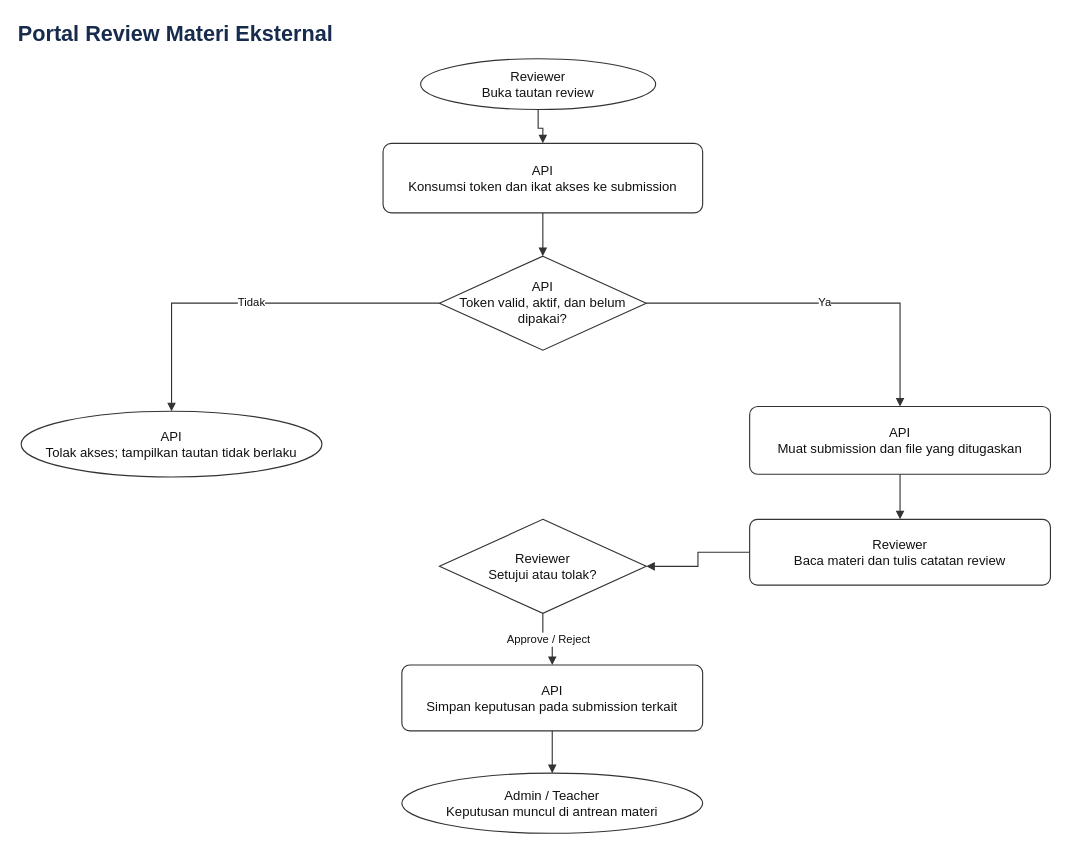
This is docs/diagrams/07-reviewer-portal.drawio from ammarmfirdaus-hue/DENSO-LMS, a draw.io file, before an edit. Source tidied: cells renumbered, new cells numbered last; positions are measured from the earlier drawing's top-left corner, leaving out a move shared by most shapes. Both pictures are drawn from the tidied source at 94%, with x=0, y=0 at pixel (16, 16).
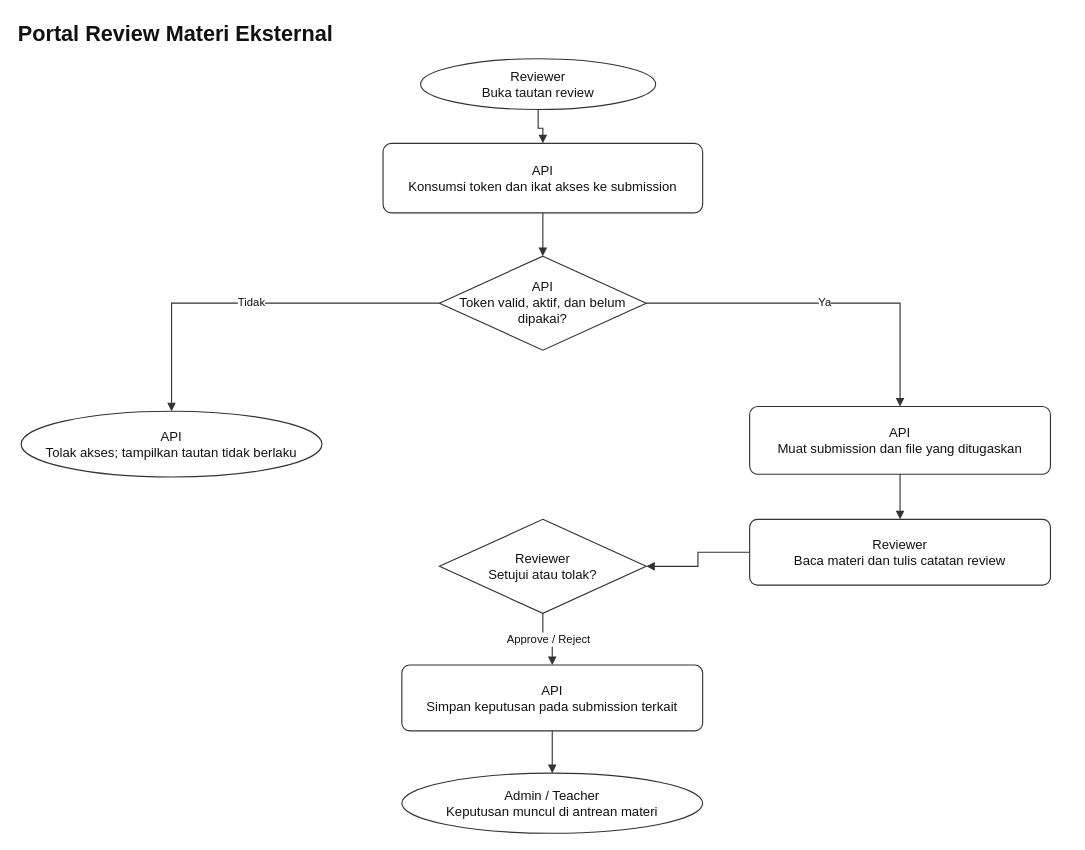
Above is the later version.

Diff of the diagram source:
```diff
@@
 <mxGraphModel>
   <root>
     <mxCell id="0" />
     <mxCell id="1" parent="0" />
-    <mxCell id="2" value="Portal Review Materi Eksternal" style="text;html=1;align=left;verticalAlign=middle;whiteSpace=wrap;rounded=0;strokeColor=none;fillColor=none;fontSize=23;fontStyle=1;fontColor=#172b4d;" parent="1" vertex="1">
+    <mxCell id="2" value="Portal Review Materi Eksternal" style="text;html=1;align=left;verticalAlign=middle;whiteSpace=wrap;rounded=0;strokeColor=none;fillColor=none;fontSize=23;fontStyle=1;fontColor=#111111;" parent="1" vertex="1">
       <mxGeometry width="1120" height="38" as="geometry" />
     </mxCell>
     <mxCell id="3" value="Reviewer&#10;Buka tautan review" style="shape=ellipse;whiteSpace=wrap;html=1;align=center;verticalAlign=middle;strokeColor=#333333;strokeWidth=1.2;fillColor=#ffffff;fontColor=#111111;fontSize=14;spacing=8;shadow=0;" parent="1" vertex="1">
       <mxGeometry x="430" y="45" width="250" height="54" as="geometry" />
     </mxCell>
     <mxCell id="4" value="API&#10;Konsumsi token dan ikat akses ke submission" style="rounded=1;arcSize=12;whiteSpace=wrap;html=1;align=center;verticalAlign=middle;strokeColor=#333333;strokeWidth=1.2;fillColor=#ffffff;fontColor=#111111;fontSize=14;spacing=8;shadow=0;" parent="1" vertex="1">
       <mxGeometry x="390" y="135" width="340" height="74" as="geometry" />
     </mxCell>
     <mxCell id="5" value="API&#10;Token valid, aktif, dan belum dipakai?" style="shape=rhombus;whiteSpace=wrap;html=1;align=center;verticalAlign=middle;strokeColor=#333333;strokeWidth=1.2;fillColor=#ffffff;fontColor=#111111;fontSize=14;spacing=8;shadow=0;" parent="1" vertex="1">
       <mxGeometry x="450" y="255" width="220" height="100" as="geometry" />
     </mxCell>
     <mxCell id="6" value="API&#10;Tolak akses; tampilkan tautan tidak berlaku" style="shape=ellipse;whiteSpace=wrap;html=1;align=center;verticalAlign=middle;strokeColor=#333333;strokeWidth=1.2;fillColor=#ffffff;fontColor=#111111;fontSize=14;spacing=8;shadow=0;" parent="1" vertex="1">
       <mxGeometry x="5" y="420" width="320" height="70" as="geometry" />
     </mxCell>
     <mxCell id="7" value="API&#10;Muat submission dan file yang ditugaskan" style="rounded=1;arcSize=12;whiteSpace=wrap;html=1;align=center;verticalAlign=middle;strokeColor=#333333;strokeWidth=1.2;fillColor=#ffffff;fontColor=#111111;fontSize=14;spacing=8;shadow=0;" parent="1" vertex="1">
       <mxGeometry x="780" y="415" width="320" height="72" as="geometry" />
     </mxCell>
     <mxCell id="8" value="Reviewer&#10;Baca materi dan tulis catatan review" style="rounded=1;arcSize=12;whiteSpace=wrap;html=1;align=center;verticalAlign=middle;strokeColor=#333333;strokeWidth=1.2;fillColor=#ffffff;fontColor=#111111;fontSize=14;spacing=8;shadow=0;" parent="1" vertex="1">
       <mxGeometry x="780" y="535" width="320" height="70" as="geometry" />
     </mxCell>
     <mxCell id="9" value="Reviewer&#10;Setujui atau tolak?" style="shape=rhombus;whiteSpace=wrap;html=1;align=center;verticalAlign=middle;strokeColor=#333333;strokeWidth=1.2;fillColor=#ffffff;fontColor=#111111;fontSize=14;spacing=8;shadow=0;" parent="1" vertex="1">
       <mxGeometry x="450" y="535" width="220" height="100" as="geometry" />
     </mxCell>
     <mxCell id="10" value="API&#10;Simpan keputusan pada submission terkait" style="rounded=1;arcSize=12;whiteSpace=wrap;html=1;align=center;verticalAlign=middle;strokeColor=#333333;strokeWidth=1.2;fillColor=#ffffff;fontColor=#111111;fontSize=14;spacing=8;shadow=0;" parent="1" vertex="1">
       <mxGeometry x="410" y="690" width="320" height="70" as="geometry" />
     </mxCell>
     <mxCell id="11" value="Admin / Teacher&#10;Keputusan muncul di antrean materi" style="shape=ellipse;whiteSpace=wrap;html=1;align=center;verticalAlign=middle;strokeColor=#333333;strokeWidth=1.2;fillColor=#ffffff;fontColor=#111111;fontSize=14;spacing=8;shadow=0;" parent="1" vertex="1">
       <mxGeometry x="410" y="805" width="320" height="64" as="geometry" />
     </mxCell>
     <mxCell id="12" style="edgeStyle=orthogonalEdgeStyle;rounded=0;jettySize=auto;html=1;strokeColor=#333333;strokeWidth=1.2;fontColor=#111111;fontSize=12;labelBackgroundColor=#ffffff;endArrow=block;endFill=1;" parent="1" edge="1" source="3" target="4">
       <mxGeometry relative="1" as="geometry" />
     </mxCell>
     <mxCell id="13" style="edgeStyle=orthogonalEdgeStyle;rounded=0;jettySize=auto;html=1;strokeColor=#333333;strokeWidth=1.2;fontColor=#111111;fontSize=12;labelBackgroundColor=#ffffff;endArrow=block;endFill=1;" parent="1" edge="1" source="4" target="5">
       <mxGeometry relative="1" as="geometry" />
     </mxCell>
     <mxCell id="14" value="Ya" style="edgeStyle=orthogonalEdgeStyle;rounded=0;jettySize=auto;html=1;strokeColor=#333333;strokeWidth=1.2;fontColor=#111111;fontSize=12;labelBackgroundColor=#ffffff;endArrow=block;endFill=1;" parent="1" edge="1" source="5" target="7">
       <mxGeometry relative="1" as="geometry" />
     </mxCell>
     <mxCell id="15" value="Tidak" style="edgeStyle=orthogonalEdgeStyle;rounded=0;jettySize=auto;html=1;strokeColor=#333333;strokeWidth=1.2;fontColor=#111111;fontSize=12;labelBackgroundColor=#ffffff;endArrow=block;endFill=1;" parent="1" edge="1" source="5" target="6">
       <mxGeometry relative="1" as="geometry" />
     </mxCell>
     <mxCell id="16" style="edgeStyle=orthogonalEdgeStyle;rounded=0;jettySize=auto;html=1;strokeColor=#333333;strokeWidth=1.2;fontColor=#111111;fontSize=12;labelBackgroundColor=#ffffff;endArrow=block;endFill=1;" parent="1" edge="1" source="7" target="8">
       <mxGeometry relative="1" as="geometry" />
     </mxCell>
     <mxCell id="17" style="edgeStyle=orthogonalEdgeStyle;rounded=0;jettySize=auto;html=1;strokeColor=#333333;strokeWidth=1.2;fontColor=#111111;fontSize=12;labelBackgroundColor=#ffffff;endArrow=block;endFill=1;" parent="1" edge="1" source="8" target="9">
       <mxGeometry relative="1" as="geometry" />
     </mxCell>
     <mxCell id="18" value="Approve / Reject" style="edgeStyle=orthogonalEdgeStyle;rounded=0;jettySize=auto;html=1;strokeColor=#333333;strokeWidth=1.2;fontColor=#111111;fontSize=12;labelBackgroundColor=#ffffff;endArrow=block;endFill=1;" parent="1" edge="1" source="9" target="10">
       <mxGeometry relative="1" as="geometry" />
     </mxCell>
     <mxCell id="19" style="edgeStyle=orthogonalEdgeStyle;rounded=0;jettySize=auto;html=1;strokeColor=#333333;strokeWidth=1.2;fontColor=#111111;fontSize=12;labelBackgroundColor=#ffffff;endArrow=block;endFill=1;" parent="1" edge="1" source="10" target="11">
       <mxGeometry relative="1" as="geometry" />
     </mxCell>
   </root>
 </mxGraphModel>
```
